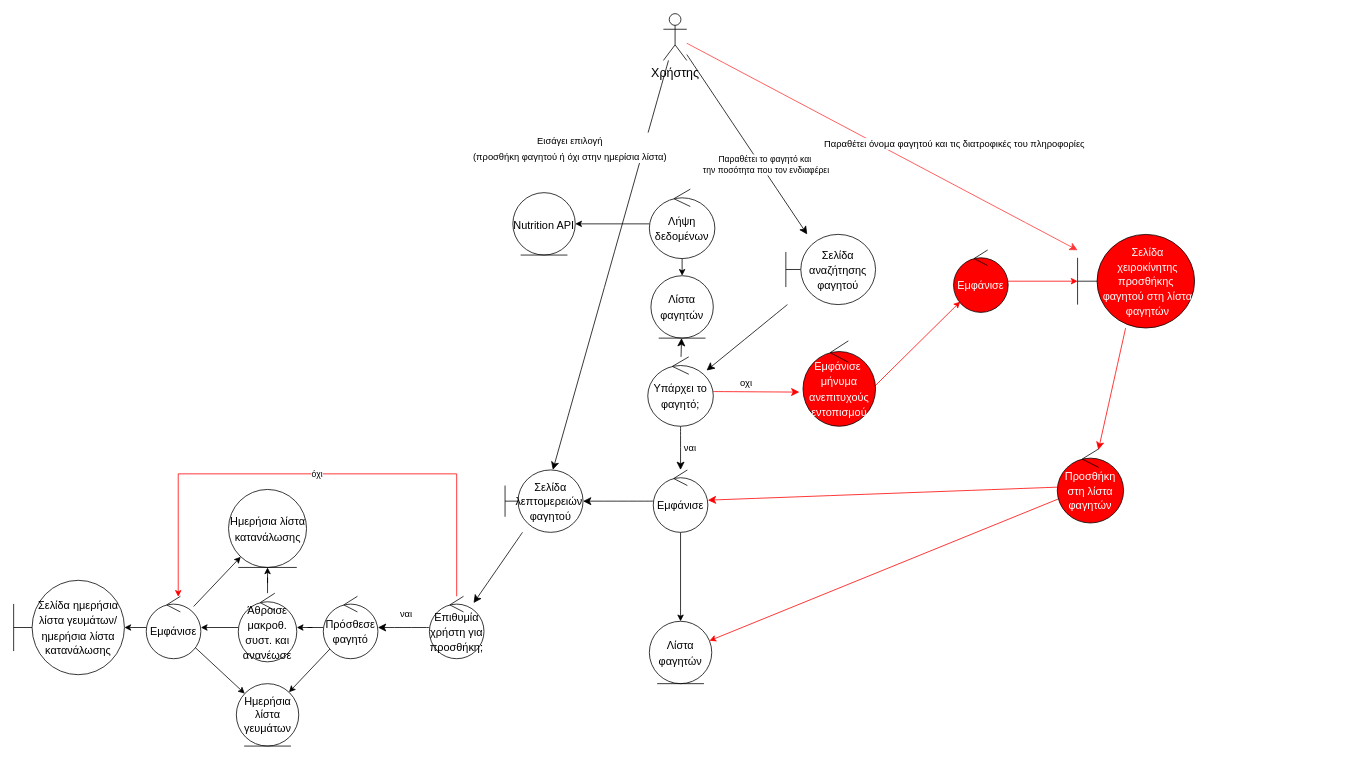
Earlier version of the draw.io diagram ΠΕΜΠΤΟ ΠΑΡΑΔΟΤΕΟ/ΔΙΟΡΘΩΣΕΙΣ ΠΡΟΗΓΟΥΜΕΝΩΝ ΠΑΡΑΔΟΤΕΩΝ/Robustness-diagrams-v0.3/rd_αναζήτηση_προσθήκη_φαγητού-v0.3.drawio (Dionkaps/Eu-Zin). Source tidied: cells renumbered, new cells numbered last; positions are measured from the earlier drawing's top-left corner, leaving out a move shared by most shapes. Both pictures are drawn from the tidied source at 78%, with x=0, y=0 at pixel (13, 13).
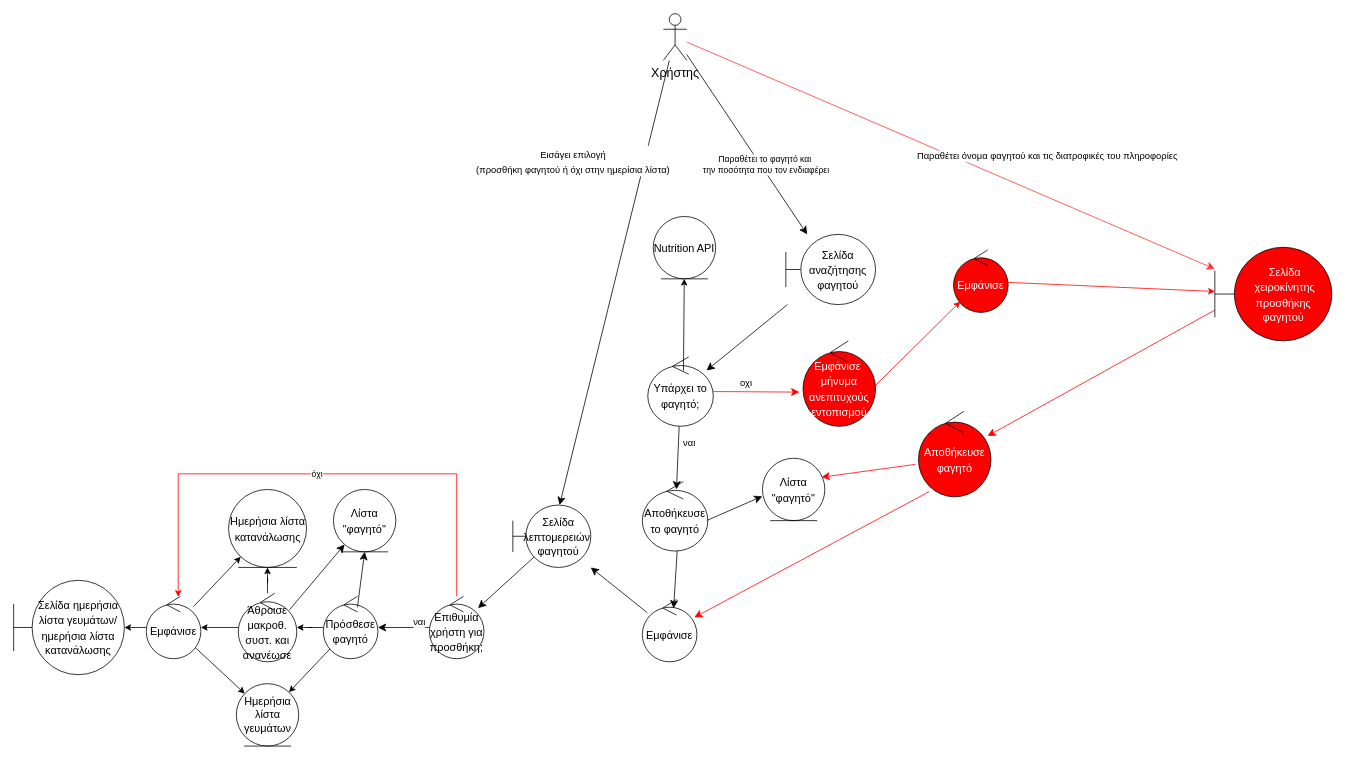
After the change.

Commit message (it also covers changes not shown here):
Αλλαγές σε use cases κείμενα και RD

Unchanged cells that the change refers to:
```xml
<mxCell id="8" value="Χρήστης" style="shape=umlActor;verticalLabelPosition=bottom;verticalAlign=top;html=1;fontSize=16;fontColor=#000000;" parent="1" vertex="1">
  <mxGeometry x="833" width="30" height="60" as="geometry" />
</mxCell>
<mxCell id="14" value="&lt;font style=&quot;font-size: 14px;&quot;&gt;Υπάρχει το φαγητό;&lt;/font&gt;" style="ellipse;shape=umlControl;whiteSpace=wrap;html=1;fontSize=16;strokeColor=#000000;fontColor=#000000;" parent="1" vertex="1">
  <mxGeometry x="813" y="440" width="84" height="89" as="geometry" />
</mxCell>
<mxCell id="23" value="&lt;span style=&quot;font-size: 14px;&quot;&gt;Επιθυμία χρήστη για προσθήκη;&lt;/span&gt;" style="ellipse;shape=umlControl;whiteSpace=wrap;html=1;fontSize=16;strokeColor=#000000;fontColor=#000000;" parent="1" vertex="1">
  <mxGeometry x="533" y="747" width="70" height="80" as="geometry" />
</mxCell>
<mxCell id="26" value="&lt;font style=&quot;font-size: 14px;&quot;&gt;Πρόσθεσε φαγητό&lt;/font&gt;" style="ellipse;shape=umlControl;whiteSpace=wrap;html=1;fontSize=16;strokeColor=#000000;fontColor=#000000;" parent="1" vertex="1">
  <mxGeometry x="397" y="747" width="70" height="80" as="geometry" />
</mxCell>
<mxCell id="40" value="&lt;font style=&quot;font-size: 14px;&quot;&gt;Εμφάνισε&lt;/font&gt;" style="ellipse;shape=umlControl;whiteSpace=wrap;html=1;fontColor=#FFFFFF;fillColor=#FF0000;" parent="1" vertex="1">
  <mxGeometry x="1205" y="303" width="70" height="80" as="geometry" />
</mxCell>
<mxCell id="44" value="&lt;font style=&quot;font-size: 14px;&quot;&gt;Άθροισε μακροθ. συστ. και ανανέωσε&lt;br&gt;&lt;/font&gt;" style="ellipse;shape=umlControl;whiteSpace=wrap;html=1;fontSize=16;strokeColor=#000000;fontColor=#000000;" parent="1" vertex="1">
  <mxGeometry x="288" y="743" width="75" height="88" as="geometry" />
</mxCell>
```

Change to the diagram source:
```diff
@@
-    <mxCell id="2" style="edgeStyle=none;curved=1;rounded=0;jettySize=auto;html=1;fontSize=13;startSize=8;endSize=8;fontColor=#000000;strokeColor=#FF3333;" parent="1" edge="1" source="8" target="29">
-      <mxGeometry x="0.53" y="64" relative="1" as="geometry" />
-    </mxCell>
+    <mxCell id="51" style="edgeStyle=none;curved=1;rounded=0;jettySize=auto;html=1;fontSize=13;startSize=8;endSize=8;fontColor=#000000;strokeColor=#FF3333;" parent="1" edge="1" source="8" target="55">
+      <mxGeometry x="0.53" y="64" relative="1" as="geometry" />
+    </mxCell>
-    <mxCell id="3" value="&lt;font style=&quot;font-size: 12px;&quot;&gt;Παραθέτει όνομα φαγητού και τις διατροφικές του πληροφορίες&lt;/font&gt;" style="edgeLabel;html=1;align=center;verticalAlign=middle;rotation=0;fontColor=#000000;" parent="2" vertex="1">
+    <mxCell id="3" value="&lt;font style=&quot;font-size: 12px;&quot;&gt;Παραθέτει όνομα φαγητού και τις διατροφικές του πληροφορίες&lt;/font&gt;" style="edgeLabel;html=1;align=center;verticalAlign=middle;rotation=0;fontColor=#000000;" parent="51" vertex="1">
       <mxGeometry x="0.34" y="-2" relative="1" as="geometry">
         <mxPoint x="8" y="-51" as="offset" />
       </mxGeometry>
     </mxCell>
@@
-    <mxCell id="9" style="edgeStyle=none;curved=1;rounded=0;jettySize=auto;html=1;fontSize=12;startSize=8;endSize=8;strokeColor=#000000;fontColor=#000000;" parent="1" edge="1" target="14">
-      <mxGeometry relative="1" as="geometry">
-        <mxPoint x="992" y="373" as="sourcePoint" />
-      </mxGeometry>
-    </mxCell>
+    <mxCell id="52" style="edgeStyle=none;curved=1;rounded=0;jettySize=auto;html=1;fontSize=12;startSize=8;endSize=8;strokeColor=#000000;fontColor=#000000;" parent="1" edge="1" target="14">
+      <mxGeometry relative="1" as="geometry">
+        <mxPoint x="992" y="373" as="sourcePoint" />
+      </mxGeometry>
+    </mxCell>
@@
-    <mxCell id="11" value="&lt;font&gt;ναι&lt;/font&gt;" style="edgeStyle=none;curved=1;rounded=0;jettySize=auto;html=1;fontSize=12;startSize=8;endSize=8;strokeColor=#000000;fontColor=#000000;" parent="1" edge="1" source="14" target="17">
-      <mxGeometry y="12" relative="1" as="geometry" />
-    </mxCell>
-    <mxCell id="12" style="edgeStyle=none;curved=1;rounded=0;jettySize=auto;html=1;fontSize=12;startSize=8;endSize=8;strokeColor=#000000;fontColor=#000000;" parent="1" edge="1" source="14" target="20">
-      <mxGeometry relative="1" as="geometry" />
-    </mxCell>
+    <mxCell id="53" value="&lt;font&gt;ναι&lt;/font&gt;" style="edgeStyle=none;curved=1;rounded=0;jettySize=auto;html=1;fontSize=12;startSize=8;endSize=8;strokeColor=#000000;fontColor=#000000;entryX=0.521;entryY=0.111;entryDx=0;entryDy=0;entryPerimeter=0;" parent="1" edge="1" source="14" target="58">
+      <mxGeometry x="-0.47" y="14" relative="1" as="geometry" />
+    </mxCell>
@@
-    <mxCell id="16" style="edgeStyle=orthogonalEdgeStyle;rounded=0;jettySize=auto;html=1;" parent="1" edge="1" source="17" target="33">
-      <mxGeometry relative="1" as="geometry" />
-    </mxCell>
     <mxCell id="17" value="&lt;font style=&quot;font-size: 14px;&quot;&gt;Εμφάνισε&lt;/font&gt;" style="ellipse;shape=umlControl;whiteSpace=wrap;html=1;fontSize=16;strokeColor=#000000;fontColor=#000000;" parent="1" vertex="1">
-      <mxGeometry x="820" y="585" width="70" height="80" as="geometry" />
+      <mxGeometry x="806" y="751" width="70" height="80" as="geometry" />
     </mxCell>
-    <mxCell id="18" style="edgeStyle=none;curved=1;rounded=0;jettySize=auto;html=1;fontSize=12;startSize=8;endSize=8;strokeColor=#000000;fontColor=#000000;" parent="1" edge="1" source="19" target="23">
+    <mxCell id="18" style="edgeStyle=none;curved=1;rounded=0;jettySize=auto;html=1;fontSize=12;startSize=8;endSize=8;strokeColor=#000000;fontColor=#000000;exitX=0.271;exitY=0.833;exitDx=0;exitDy=0;exitPerimeter=0;" parent="1" edge="1" source="19" target="23">
       <mxGeometry relative="1" as="geometry" />
     </mxCell>
     <mxCell id="19" value="&lt;font style=&quot;font-size: 14px;&quot;&gt;Σελίδα λεπτομερειών&amp;nbsp; φαγητού&lt;/font&gt;" style="shape=umlBoundary;whiteSpace=wrap;html=1;fontSize=16;strokeColor=#000000;fontColor=#000000;" parent="1" vertex="1">
-      <mxGeometry x="630" y="585" width="100" height="80" as="geometry" />
+      <mxGeometry x="640" y="630" width="100" height="80" as="geometry" />
     </mxCell>
-    <mxCell id="20" value="&lt;font style=&quot;font-size: 14px;&quot;&gt;Λίστα φαγητών&lt;/font&gt;" style="ellipse;shape=umlEntity;whiteSpace=wrap;html=1;fontSize=16;strokeColor=#000000;fontColor=#000000;" parent="1" vertex="1">
-      <mxGeometry x="817" y="336" width="80" height="80" as="geometry" />
-    </mxCell>
     <mxCell id="21" value="&lt;font&gt;ναι&lt;/font&gt;" style="edgeStyle=none;curved=1;rounded=0;jettySize=auto;html=1;fontSize=12;startSize=8;endSize=8;strokeColor=#000000;fontColor=#000000;" parent="1" edge="1" source="23" target="26">
-      <mxGeometry x="-0.1" y="-17" relative="1" as="geometry" />
+      <mxGeometry x="-0.61" y="-7" relative="1" as="geometry" />
     </mxCell>
@@
-    <mxCell id="28" style="edgeStyle=none;curved=1;rounded=0;jettySize=auto;html=1;fontSize=12;startSize=8;endSize=8;fontColor=#000000;strokeColor=#FF0000;" parent="1" edge="1" source="29" target="32">
-      <mxGeometry relative="1" as="geometry" />
-    </mxCell>
-    <mxCell id="29" value="&lt;font style=&quot;font-size: 14px;&quot;&gt;Σελίδα χειροκίνητης προσθήκης&amp;nbsp; φαγητού στη λίστα φαγητών&lt;/font&gt;" style="shape=umlBoundary;fontSize=16;html=1;whiteSpace=wrap;horizontal=1;labelBackgroundColor=none;labelBorderColor=none;spacingTop=0;spacing=0;spacingRight=0;spacingLeft=5;fontColor=#FFFFFF;fillColor=#FF0000;strokeColor=#000000;" parent="1" vertex="1">
-      <mxGeometry x="1364" y="283" width="150" height="120" as="geometry" />
-    </mxCell>
-    <mxCell id="30" style="edgeStyle=none;curved=1;rounded=0;jettySize=auto;html=1;fontSize=12;startSize=8;endSize=8;fontColor=#000000;strokeColor=#FF0000;" parent="1" edge="1" source="32" target="17">
-      <mxGeometry relative="1" as="geometry" />
-    </mxCell>
-    <mxCell id="31" style="rounded=0;jettySize=auto;html=1;strokeColor=#FF0000;" parent="1" edge="1" source="32" target="33">
-      <mxGeometry relative="1" as="geometry" />
-    </mxCell>
-    <mxCell id="32" value="&lt;font style=&quot;font-size: 14px;&quot;&gt;Προσθήκη στη λίστα φαγητών&lt;/font&gt;" style="ellipse;shape=umlControl;whiteSpace=wrap;html=1;fontSize=16;fontColor=#FFFFFF;fillColor=#FF0000;" parent="1" vertex="1">
-      <mxGeometry x="1338" y="558" width="85" height="95" as="geometry" />
-    </mxCell>
-    <mxCell id="33" value="&lt;font style=&quot;font-size: 14px;&quot;&gt;Λίστα φαγητών&lt;/font&gt;" style="ellipse;shape=umlEntity;whiteSpace=wrap;html=1;fontSize=16;fontColor=#000000;strokeColor=#000000;" parent="1" vertex="1">
-      <mxGeometry x="815" y="779" width="80" height="80" as="geometry" />
-    </mxCell>
+    <mxCell id="54" style="edgeStyle=none;curved=1;rounded=0;jettySize=auto;html=1;fontSize=12;startSize=8;endSize=8;fontColor=#000000;strokeColor=#FF0000;exitX=0;exitY=0.671;exitDx=0;exitDy=0;exitPerimeter=0;" parent="1" edge="1" source="55" target="65">
+      <mxGeometry relative="1" as="geometry" />
+    </mxCell>
+    <mxCell id="55" value="&lt;font style=&quot;font-size: 14px;&quot;&gt;Σελίδα χειροκίνητης προσθήκης&amp;nbsp; φαγητού&amp;nbsp;&lt;/font&gt;" style="shape=umlBoundary;fontSize=16;html=1;whiteSpace=wrap;horizontal=1;labelBackgroundColor=none;labelBorderColor=none;spacingTop=0;spacing=0;spacingRight=0;spacingLeft=5;fontColor=#FFFFFF;fillColor=#FF0000;strokeColor=#000000;" parent="1" vertex="1">
+      <mxGeometry x="1540" y="299.5" width="150" height="120" as="geometry" />
+    </mxCell>
@@
-    <mxCell id="39" style="edgeStyle=none;rounded=0;jettySize=auto;html=1;fontColor=#000000;strokeColor=#FF0000;" parent="1" edge="1" source="40" target="29">
-      <mxGeometry relative="1" as="geometry" />
-    </mxCell>
+    <mxCell id="56" style="edgeStyle=none;rounded=0;jettySize=auto;html=1;fontColor=#000000;strokeColor=#FF0000;" parent="1" edge="1" source="40" target="55">
+      <mxGeometry relative="1" as="geometry" />
+    </mxCell>
@@
     <mxCell id="47" value="&lt;span style=&quot;font-size: 14px;&quot;&gt;Nutrition API&lt;/span&gt;" style="ellipse;shape=umlEntity;whiteSpace=wrap;html=1;fontSize=16;strokeColor=#000000;fontColor=#000000;" parent="1" vertex="1">
-      <mxGeometry x="640" y="229.5" width="80" height="80" as="geometry" />
+      <mxGeometry x="820" y="260" width="80" height="80" as="geometry" />
     </mxCell>
-    <mxCell id="48" style="rounded=0;jettySize=auto;html=1;" parent="1" edge="1" source="50" target="47">
-      <mxGeometry relative="1" as="geometry" />
-    </mxCell>
-    <mxCell id="49" style="rounded=0;jettySize=auto;html=1;" parent="1" edge="1" source="50" target="20">
-      <mxGeometry relative="1" as="geometry" />
-    </mxCell>
-    <mxCell id="50" value="&lt;span style=&quot;font-size: 14px;&quot;&gt;Λήψη δεδομένων&lt;/span&gt;" style="ellipse;shape=umlControl;whiteSpace=wrap;html=1;fontSize=16;strokeColor=#000000;fontColor=#000000;" parent="1" vertex="1">
-      <mxGeometry x="815" y="225" width="84" height="89" as="geometry" />
-    </mxCell>
+    <mxCell id="57" style="rounded=0;jettySize=auto;html=1;exitX=0.545;exitY=0.199;exitDx=0;exitDy=0;exitPerimeter=0;" parent="1" edge="1" source="14" target="47">
+      <mxGeometry relative="1" as="geometry" />
+    </mxCell>
+    <mxCell id="58" value="&lt;span style=&quot;font-size: 14px;&quot;&gt;Αποθήκευσε το φαγητό&lt;/span&gt;" style="ellipse;shape=umlControl;whiteSpace=wrap;html=1;fontSize=16;strokeColor=#000000;fontColor=#000000;" parent="1" vertex="1">
+      <mxGeometry x="806" y="600" width="84" height="89" as="geometry" />
+    </mxCell>
+    <mxCell id="59" value="&lt;span style=&quot;font-size: 14px;&quot;&gt;Λίστα &quot;φαγητό&quot;&lt;/span&gt;" style="ellipse;shape=umlEntity;whiteSpace=wrap;html=1;fontSize=16;strokeColor=#000000;fontColor=#000000;" parent="1" vertex="1">
+      <mxGeometry x="960" y="570" width="80" height="80" as="geometry" />
+    </mxCell>
+    <mxCell id="60" style="edgeStyle=none;curved=1;rounded=0;jettySize=auto;html=1;fontSize=12;startSize=8;endSize=8;strokeColor=#000000;fontColor=#000000;exitX=0.984;exitY=0.559;exitDx=0;exitDy=0;exitPerimeter=0;entryX=-0.003;entryY=0.61;entryDx=0;entryDy=0;entryPerimeter=0;" parent="1" edge="1" source="58" target="59">
+      <mxGeometry relative="1" as="geometry" />
+    </mxCell>
+    <mxCell id="61" style="edgeStyle=none;curved=1;rounded=0;jettySize=auto;html=1;fontSize=12;startSize=8;endSize=8;strokeColor=#000000;fontColor=#000000;exitX=0.532;exitY=0.996;exitDx=0;exitDy=0;exitPerimeter=0;entryX=0.573;entryY=0.142;entryDx=0;entryDy=0;entryPerimeter=0;" parent="1" edge="1" source="58" target="17">
+      <mxGeometry relative="1" as="geometry" />
+    </mxCell>
+    <mxCell id="62" value="&lt;span style=&quot;font-size: 14px;&quot;&gt;Λίστα &quot;φαγητό&quot;&lt;/span&gt;" style="ellipse;shape=umlEntity;whiteSpace=wrap;html=1;fontSize=16;strokeColor=#000000;fontColor=#000000;" parent="1" vertex="1">
+      <mxGeometry x="410" y="610" width="80" height="80" as="geometry" />
+    </mxCell>
+    <mxCell id="63" style="edgeStyle=none;curved=1;rounded=0;jettySize=auto;html=1;fontSize=12;startSize=8;endSize=8;strokeColor=#000000;fontColor=#000000;exitX=0.625;exitY=0.175;exitDx=0;exitDy=0;exitPerimeter=0;entryX=0.5;entryY=1;entryDx=0;entryDy=0;" parent="1" edge="1" source="26" target="62">
+      <mxGeometry relative="1" as="geometry" />
+    </mxCell>
+    <mxCell id="64" style="edgeStyle=none;curved=1;rounded=0;jettySize=auto;html=1;fontSize=12;startSize=8;endSize=8;strokeColor=#000000;fontColor=#000000;exitX=0.869;exitY=0.249;exitDx=0;exitDy=0;exitPerimeter=0;" parent="1" edge="1" source="44" target="62">
+      <mxGeometry relative="1" as="geometry" />
+    </mxCell>
+    <mxCell id="65" value="&lt;font style=&quot;font-size: 14px;&quot;&gt;Αποθήκευσε φαγητό&lt;br&gt;&lt;/font&gt;" style="ellipse;shape=umlControl;whiteSpace=wrap;html=1;fontSize=16;fontColor=#FFFFFF;fillColor=#FF0000;strokeColor=#000000;" parent="1" vertex="1">
+      <mxGeometry x="1160" y="510" width="93" height="109.5" as="geometry" />
+    </mxCell>
+    <mxCell id="66" style="edgeStyle=none;curved=1;rounded=0;jettySize=auto;html=1;fontSize=12;startSize=8;endSize=8;fontColor=#000000;strokeColor=#FF0000;exitX=-0.039;exitY=0.619;exitDx=0;exitDy=0;exitPerimeter=0;entryX=0.947;entryY=0.304;entryDx=0;entryDy=0;entryPerimeter=0;" parent="1" edge="1" source="65" target="59">
+      <mxGeometry relative="1" as="geometry" />
+    </mxCell>
+    <mxCell id="67" style="edgeStyle=none;curved=1;rounded=0;jettySize=auto;html=1;fontSize=12;startSize=8;endSize=8;fontColor=#000000;strokeColor=#FF0000;exitX=0.149;exitY=0.938;exitDx=0;exitDy=0;exitPerimeter=0;" parent="1" edge="1" source="65" target="17">
+      <mxGeometry relative="1" as="geometry" />
+    </mxCell>
```
